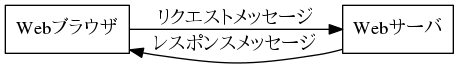
Above: request_response.png in HirotoIgarashi/keep-a-log (Graphviz), before the change. Its source is kept beside it as request_response.dot. Its diagram source:
```dot
digraph http {
  graph [
    rankdir = LR;
  ];
  "Webブラウザ" [shape = box];
  "Webサーバ" [shape = box];

  "Webブラウザ" -> "Webサーバ" [label = "リクエストメッセージ"];
  "Webサーバ" -> "Webブラウザ" [label = "レスポンスメッセージ"];
}
```
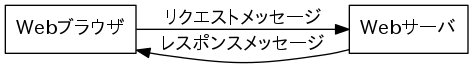
The same file after the commit.

What changed in the source:
```diff
@@ -2,6 +2,14 @@
   graph [
     rankdir = LR;
   ];
+  node [
+    fontname="IPAPGothic"
+  ];
+
+  edge [
+    fontname="IPAPGothic"
+  ];
+
   "Webブラウザ" [shape = box];
   "Webサーバ" [shape = box];
 
```
